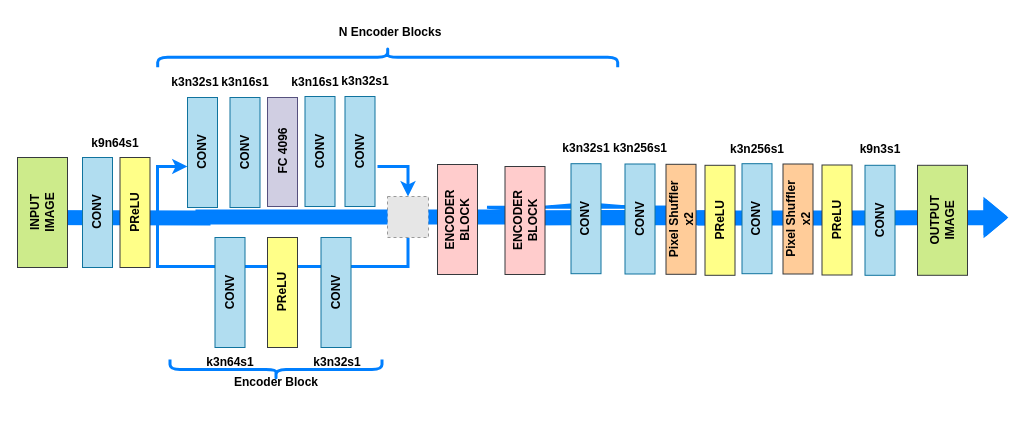
Above: page "Page-3" (3 of 8) of GAN_Diagram.drawio in JaiminBrahmbhatt/NN-Diagrams-Drawio (draw.io), before the change. Source tidied: cells renumbered, new cells numbered last; positions are measured from the earlier drawing's top-left corner, leaving out a move shared by most shapes. Both pictures are drawn from the tidied source at 100%, with x=0, y=0 at pixel (12, -173). Pictures stored in the file or linked from it are replaced by grey dashed boxes.
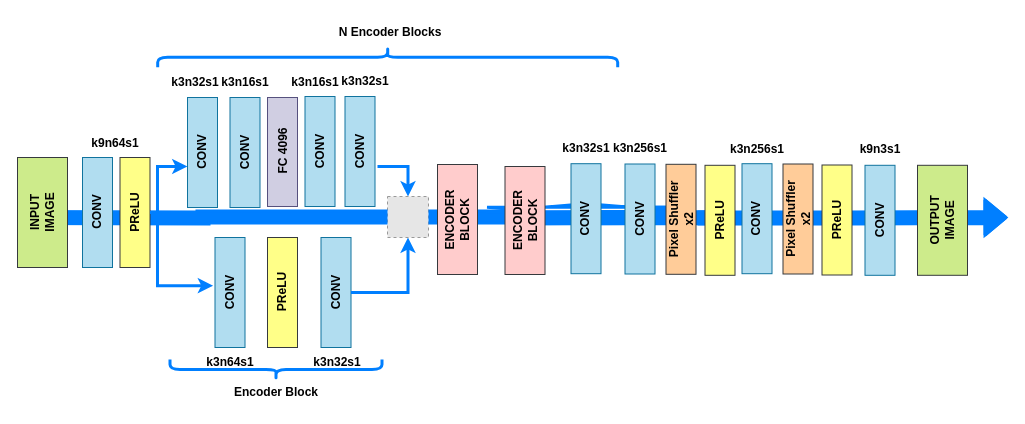
Above is the later version.

The change refers to these unchanged cells:
```xml
<mxCell id="11" value="CONV" style="text;strokeColor=none;fillColor=none;align=center;verticalAlign=middle;whiteSpace=wrap;rounded=0;rotation=-90;html=1;fontStyle=1;" parent="1" vertex="1">
  <mxGeometry x="170" y="450" width="95" height="30" as="geometry" />
</mxCell>
<mxCell id="19" value="CONV" style="text;strokeColor=none;fillColor=none;align=center;verticalAlign=middle;whiteSpace=wrap;rounded=0;rotation=-90;html=1;fontStyle=1;" parent="1" vertex="1">
  <mxGeometry x="276" y="450" width="95" height="30" as="geometry" />
</mxCell>
<mxCell id="22" style="fillColor=#E6E6E6;strokeColor=#999999;dashed=1;verticalAlign=top;verticalLabelPosition=bottom;labelBackgroundColor=#ffffff;html=1;fontStyle=1;" parent="1" vertex="1">
  <mxGeometry x="375" y="369" width="41" height="41" as="geometry" />
</mxCell>
<mxCell id="29" value="PReLU&lt;br&gt;" style="text;strokeColor=none;fillColor=none;align=center;verticalAlign=middle;whiteSpace=wrap;rounded=0;rotation=-90;html=1;fontStyle=1;" parent="1" vertex="1">
  <mxGeometry x="75" y="370" width="95" height="30" as="geometry" />
</mxCell>
```

Change to the diagram source:
```diff
@@
-    <mxCell id="5" style="endArrow=none;rounded=0;edgeStyle=orthogonalEdgeStyle;strokeColor=#007FFF;strokeWidth=3;html=1;fontStyle=1;" parent="1" edge="1" target="22">
-      <mxGeometry relative="1" as="geometry">
-        <mxPoint x="145" y="370" as="sourcePoint" />
-        <Array as="points">
-          <mxPoint x="145" y="439" />
-        </Array>
-      </mxGeometry>
-    </mxCell>
-    <mxCell id="6" value="&lt;br&gt;" style="edgeLabel;align=center;verticalAlign=middle;html=1;fontStyle=1;" parent="5" vertex="1">
-      <mxGeometry relative="1" as="geometry">
-        <mxPoint x="5" as="offset" />
-      </mxGeometry>
-    </mxCell>
@@
+    <mxCell id="73" style="edgeStyle=orthogonalEdgeStyle;rounded=0;jettySize=auto;html=1;entryX=0.5;entryY=1;entryDx=0;entryDy=0;strokeColor=#007FFF;strokeWidth=3;fillColor=#007FFF;" parent="1" edge="1" source="19" target="22">
+      <mxGeometry relative="1" as="geometry" />
+    </mxCell>
@@
+    <mxCell id="74" style="edgeStyle=orthogonalEdgeStyle;rounded=0;jettySize=auto;html=1;entryX=0.572;entryY=-0.063;entryDx=0;entryDy=0;entryPerimeter=0;exitX=0.5;exitY=1;exitDx=0;exitDy=0;strokeWidth=3;strokeColor=#007FFF;" parent="1" edge="1" source="29" target="11">
+      <mxGeometry relative="1" as="geometry">
+        <Array as="points">
+          <mxPoint x="145" y="385" />
+          <mxPoint x="145" y="458" />
+        </Array>
+      </mxGeometry>
+    </mxCell>
@@
     <mxCell id="42" value="Encoder Block" style="text;strokeColor=none;fillColor=none;align=center;verticalAlign=middle;whiteSpace=wrap;rounded=0;fontColor=#000000;html=1;fontStyle=1;" parent="1" vertex="1">
-      <mxGeometry x="208.5" y="540" width="110" height="30" as="geometry" />
+      <mxGeometry x="208.5" y="550" width="110" height="30" as="geometry" />
     </mxCell>
```
